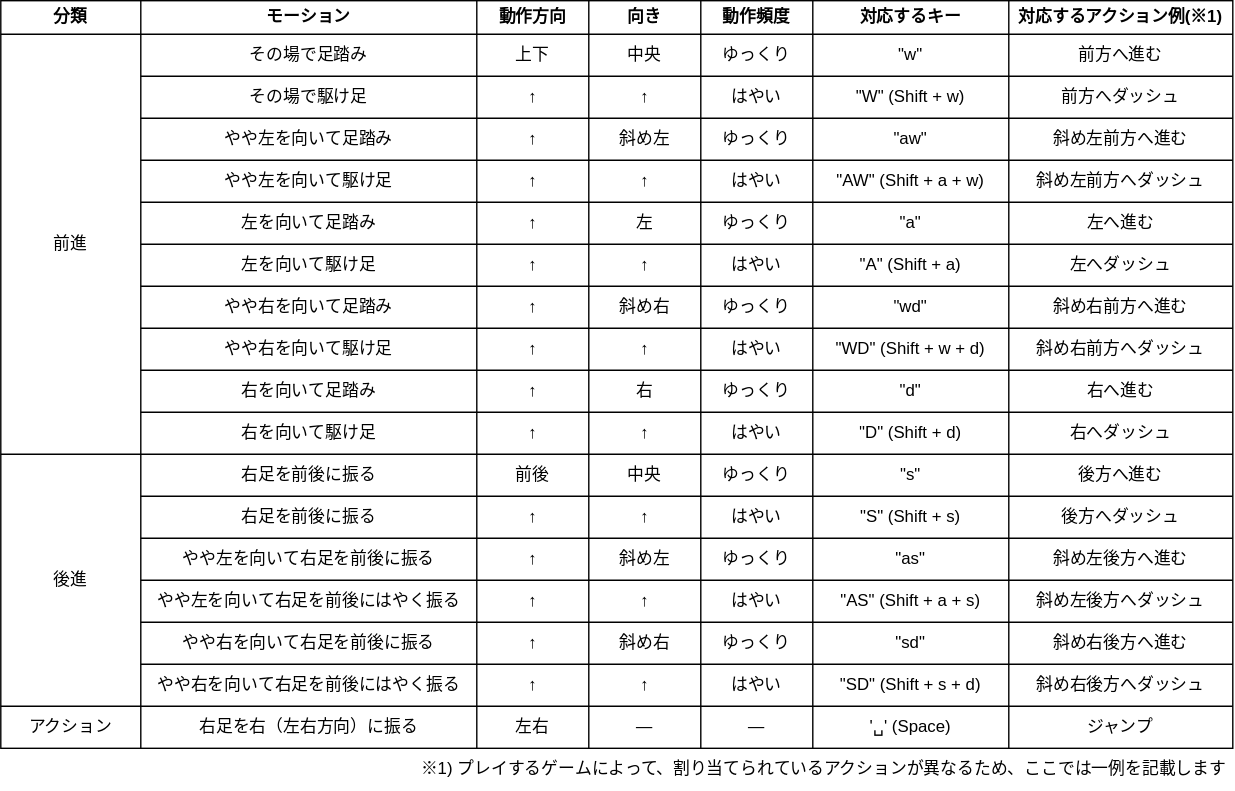
Before: doc/img/table_function_wasd.drawio.svg, a diagram exported from draw.io (ailab-github/slipper-x). Source tidied: cells renumbered, new cells last; positions are measured from the earlier drawing's top-left corner, leaving out a move shared by most shapes.
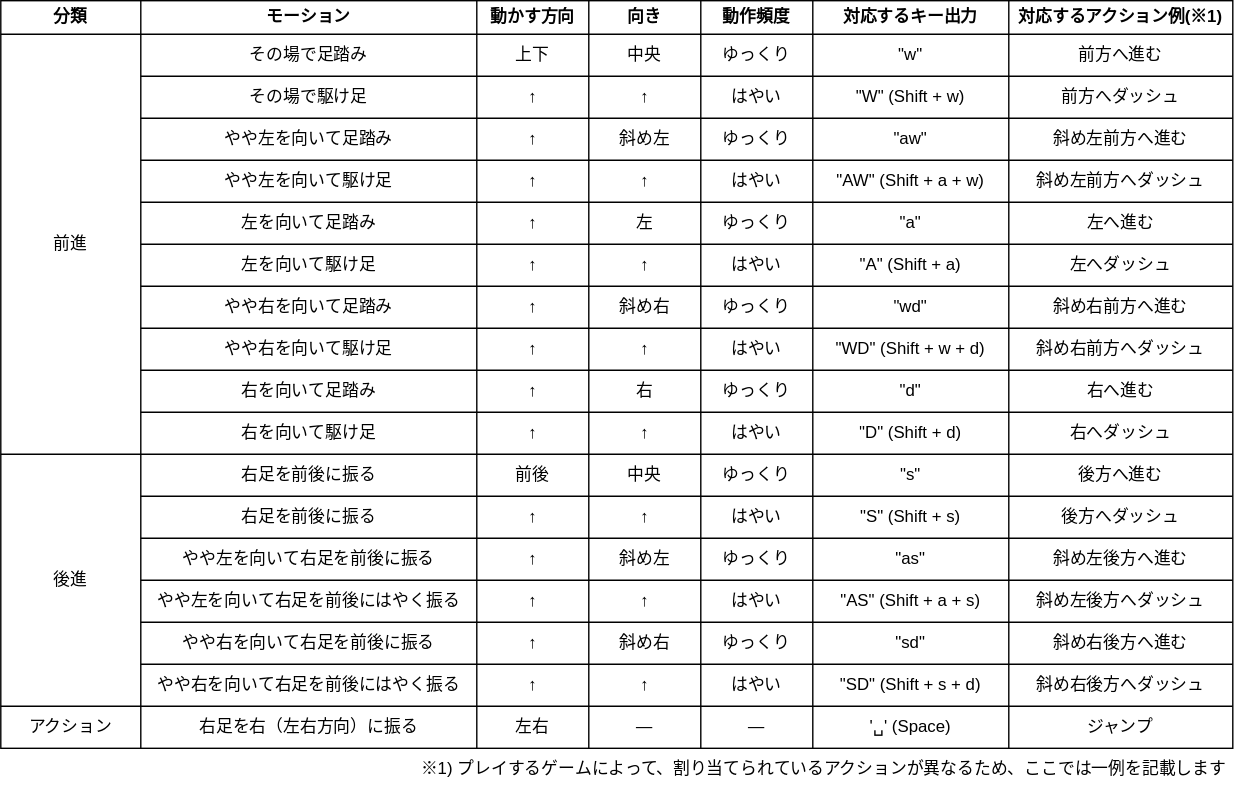
Later version of the same file.

Change to the diagram source:
```diff
@@ -17,7 +17,7 @@
     <mxCell id="6" value="モーション" style="shape=partialRectangle;html=1;whiteSpace=wrap;overflow=hidden;fillColor=none;top=0;left=0;bottom=0;right=0;fontStyle=1;" parent="4" vertex="1">
       <mxGeometry x="100" width="240" height="24" as="geometry" />
     </mxCell>
-    <mxCell id="7" value="動作方向" style="shape=partialRectangle;html=1;whiteSpace=wrap;overflow=hidden;fillColor=none;top=0;left=0;bottom=0;right=0;fontStyle=1;" parent="4" vertex="1">
+    <mxCell id="7" value="動かす方向" style="shape=partialRectangle;html=1;whiteSpace=wrap;overflow=hidden;fillColor=none;top=0;left=0;bottom=0;right=0;fontStyle=1;" parent="4" vertex="1">
       <mxGeometry x="340" width="80" height="24" as="geometry" />
     </mxCell>
     <mxCell id="8" value="向き" style="shape=partialRectangle;html=1;whiteSpace=wrap;overflow=hidden;fillColor=none;top=0;left=0;bottom=0;right=0;fontStyle=1;" parent="4" vertex="1">
@@ -26,7 +26,7 @@
     <mxCell id="9" value="動作頻度" style="shape=partialRectangle;html=1;whiteSpace=wrap;overflow=hidden;fillColor=none;top=0;left=0;bottom=0;right=0;fontStyle=1;" parent="4" vertex="1">
       <mxGeometry x="500" width="80" height="24" as="geometry" />
     </mxCell>
-    <mxCell id="10" value="対応するキー" style="shape=partialRectangle;html=1;whiteSpace=wrap;overflow=hidden;fillColor=none;top=0;left=0;bottom=0;right=0;fontStyle=1;" parent="4" vertex="1">
+    <mxCell id="10" value="対応するキー出力" style="shape=partialRectangle;html=1;whiteSpace=wrap;overflow=hidden;fillColor=none;top=0;left=0;bottom=0;right=0;fontStyle=1;" parent="4" vertex="1">
       <mxGeometry x="580" width="140" height="24" as="geometry" />
     </mxCell>
     <mxCell id="11" value="対応するアクション例(※1)" style="shape=partialRectangle;html=1;whiteSpace=wrap;overflow=hidden;fillColor=none;top=0;left=0;bottom=0;right=0;fontStyle=1;" parent="4" vertex="1">
```
